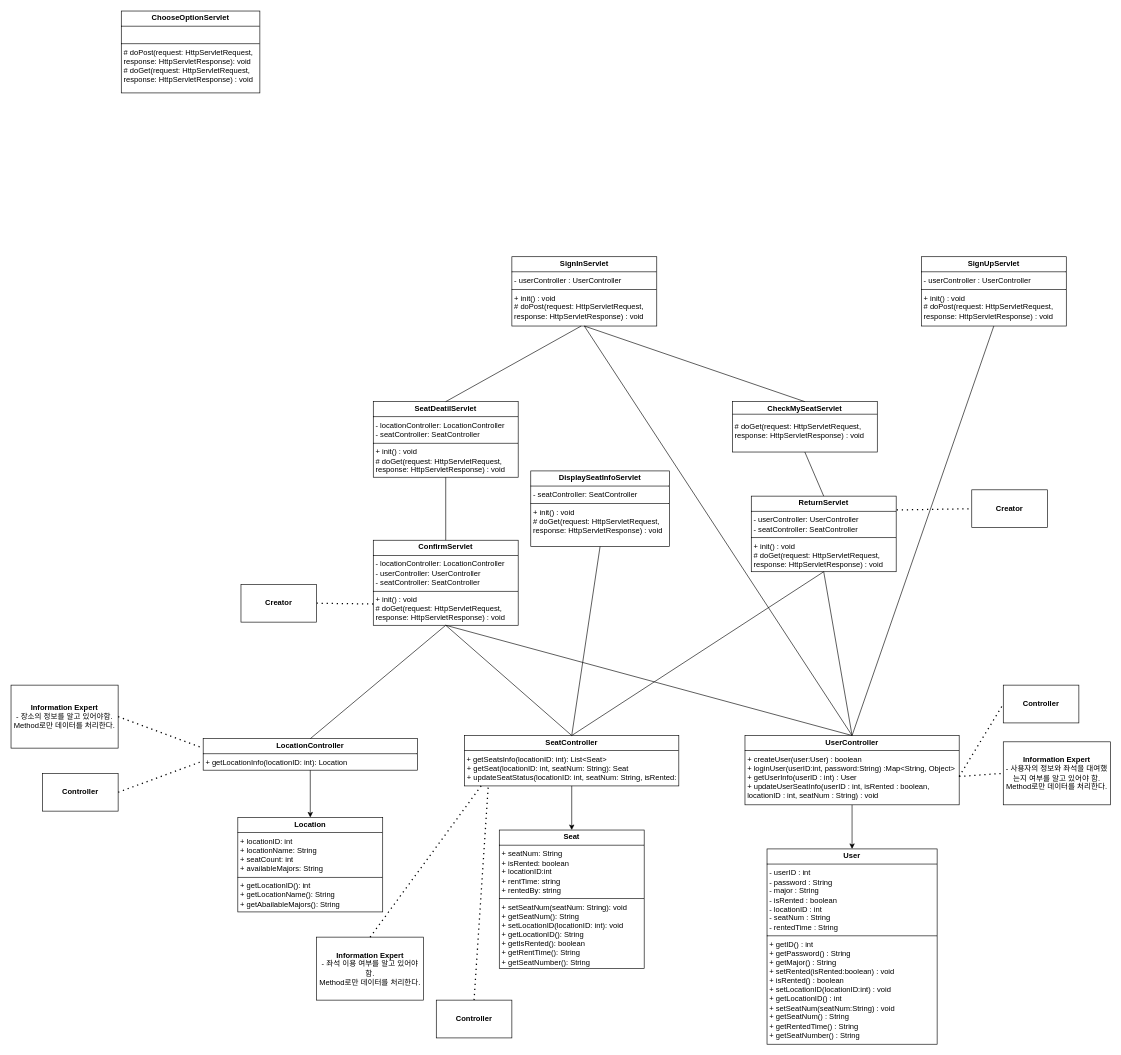
Above: classDiagramPlaceK.drawio in cherror/placeK (draw.io), before the change. Source tidied: cells renumbered, new cells numbered last; positions are measured from the earlier drawing's top-left corner, leaving out a move shared by most shapes. Both pictures are drawn from the tidied source at 63%, with x=0, y=0 at pixel (11, 11).
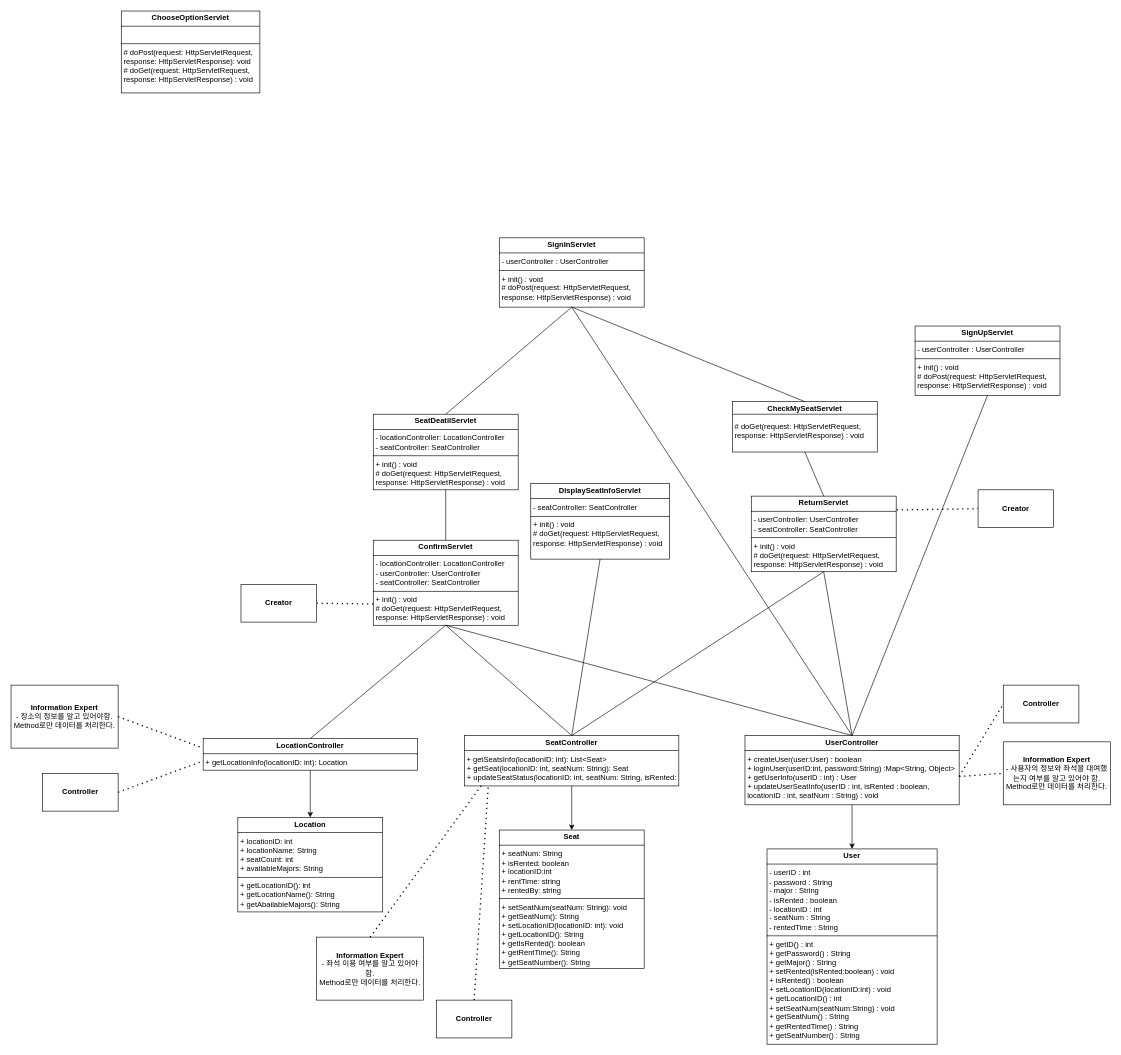
After the change.

Unchanged cells that the change refers to:
```xml
<mxCell id="18" value="&lt;p style=&quot;margin:0px;margin-top:4px;text-align:center;&quot;&gt;&lt;b&gt;CheckMySeatServlet&lt;/b&gt;&lt;br&gt;&lt;/p&gt;&lt;div&gt;&lt;b&gt;&lt;br&gt;&lt;/b&gt;&lt;/div&gt;&lt;p style=&quot;margin:0px;margin-left:4px;&quot;&gt;&lt;span style=&quot;text-wrap: nowrap;&quot;&gt;# doGet(request: HttpServletRequest,&lt;/span&gt;&lt;br style=&quot;text-wrap: nowrap; padding: 0px; margin: 0px;&quot;&gt;&lt;span style=&quot;text-wrap: nowrap;&quot;&gt;response: HttpServletResponse) : void&lt;/span&gt;&lt;br&gt;&lt;/p&gt;" style="verticalAlign=top;align=left;overflow=fill;html=1;whiteSpace=wrap;" parent="1" vertex="1">
  <mxGeometry x="1145" y="620" width="230" height="80" as="geometry" />
</mxCell>
```

The edit, as a diff of the source:
```diff
@@
     <mxCell id="5" value="&lt;p style=&quot;margin:0px;margin-top:4px;text-align:center;&quot;&gt;&lt;b&gt;SignInServlet&lt;/b&gt;&lt;/p&gt;&lt;hr size=&quot;1&quot; style=&quot;border-style:solid;&quot;&gt;&lt;p style=&quot;margin:0px;margin-left:4px;&quot;&gt;&lt;span style=&quot;text-wrap: nowrap;&quot;&gt;- userController : UserController&lt;/span&gt;&lt;br&gt;&lt;/p&gt;&lt;hr size=&quot;1&quot; style=&quot;border-style:solid;&quot;&gt;&lt;p style=&quot;margin:0px;margin-left:4px;&quot;&gt;+ init() : void&lt;br&gt;&lt;span style=&quot;text-wrap: nowrap;&quot;&gt;# doPost(request: HttpServletRequest,&lt;/span&gt;&lt;br style=&quot;padding: 0px; margin: 0px; text-wrap: nowrap;&quot;&gt;&lt;span style=&quot;text-wrap: nowrap;&quot;&gt;response: HttpServletResponse) : void&lt;/span&gt;&lt;br&gt;&lt;/p&gt;&lt;div style=&quot;padding: 0px; margin: 0px;&quot;&gt;&lt;br style=&quot;padding: 0px; margin: 0px; text-wrap: nowrap;&quot;&gt;&lt;/div&gt;" style="verticalAlign=top;align=left;overflow=fill;html=1;whiteSpace=wrap;" parent="1" vertex="1">
-      <mxGeometry x="795" y="390" width="230" height="110" as="geometry" />
+      <mxGeometry x="775" y="360" width="230" height="110" as="geometry" />
     </mxCell>
     <mxCell id="6" value="&lt;p style=&quot;margin:0px;margin-top:4px;text-align:center;&quot;&gt;&lt;b&gt;SignUpServlet&lt;/b&gt;&lt;/p&gt;&lt;hr size=&quot;1&quot; style=&quot;border-style:solid;&quot;&gt;&lt;p style=&quot;margin:0px;margin-left:4px;&quot;&gt;&lt;span style=&quot;text-wrap: nowrap;&quot;&gt;- userController : UserController&lt;/span&gt;&lt;br&gt;&lt;/p&gt;&lt;hr size=&quot;1&quot; style=&quot;border-style:solid;&quot;&gt;&lt;p style=&quot;margin:0px;margin-left:4px;&quot;&gt;+ init() : void&lt;br&gt;&lt;span style=&quot;text-wrap: nowrap;&quot;&gt;# doPost(request: HttpServletRequest,&lt;/span&gt;&lt;br style=&quot;padding: 0px; margin: 0px; text-wrap: nowrap;&quot;&gt;&lt;span style=&quot;text-wrap: nowrap;&quot;&gt;response: HttpServletResponse) : void&lt;/span&gt;&lt;br&gt;&lt;/p&gt;&lt;div style=&quot;padding: 0px; margin: 0px;&quot;&gt;&lt;br style=&quot;padding: 0px; margin: 0px; text-wrap: nowrap;&quot;&gt;&lt;/div&gt;" style="verticalAlign=top;align=left;overflow=fill;html=1;whiteSpace=wrap;" parent="1" vertex="1">
-      <mxGeometry x="1445" y="390" width="230" height="110" as="geometry" />
+      <mxGeometry x="1435" y="500" width="230" height="110" as="geometry" />
     </mxCell>
@@
     <mxCell id="13" value="&lt;p style=&quot;margin:0px;margin-top:4px;text-align:center;&quot;&gt;&lt;b&gt;DisplaySeatInfoServlet&lt;/b&gt;&lt;/p&gt;&lt;hr size=&quot;1&quot; style=&quot;border-style:solid;&quot;&gt;&lt;p style=&quot;margin:0px;margin-left:4px;&quot;&gt;&lt;span style=&quot;text-wrap: nowrap; background-color: initial;&quot;&gt;- seatController: SeatController&lt;/span&gt;&lt;br&gt;&lt;/p&gt;&lt;hr size=&quot;1&quot; style=&quot;border-style:solid;&quot;&gt;&lt;p style=&quot;margin:0px;margin-left:4px;&quot;&gt;+ init() : void&lt;br&gt;&lt;span style=&quot;text-wrap: nowrap;&quot;&gt;# doGet(request: HttpServletRequest,&lt;/span&gt;&lt;br style=&quot;padding: 0px; margin: 0px; text-wrap: nowrap;&quot;&gt;&lt;span style=&quot;text-wrap: nowrap;&quot;&gt;response: HttpServletResponse) : void&lt;/span&gt;&lt;br&gt;&lt;/p&gt;&lt;div style=&quot;padding: 0px; margin: 0px;&quot;&gt;&lt;br style=&quot;padding: 0px; margin: 0px; text-wrap: nowrap;&quot;&gt;&lt;/div&gt;" style="verticalAlign=top;align=left;overflow=fill;html=1;whiteSpace=wrap;" parent="1" vertex="1">
-      <mxGeometry x="825" y="730" width="220" height="120" as="geometry" />
+      <mxGeometry x="825" y="750" width="220" height="120" as="geometry" />
     </mxCell>
@@
     <mxCell id="16" value="&lt;p style=&quot;margin:0px;margin-top:4px;text-align:center;&quot;&gt;&lt;b&gt;SeatDeatilServlet&lt;/b&gt;&lt;/p&gt;&lt;hr size=&quot;1&quot; style=&quot;border-style:solid;&quot;&gt;&lt;p style=&quot;margin:0px;margin-left:4px;&quot;&gt;&lt;span style=&quot;text-wrap: nowrap;&quot;&gt;- locationController: LocationController&lt;/span&gt;&lt;br&gt;&lt;/p&gt;&lt;p style=&quot;margin:0px;margin-left:4px;&quot;&gt;&lt;span style=&quot;text-wrap: nowrap;&quot;&gt;- seatController: SeatController&lt;/span&gt;&lt;/p&gt;&lt;hr size=&quot;1&quot; style=&quot;border-style:solid;&quot;&gt;&lt;p style=&quot;margin:0px;margin-left:4px;&quot;&gt;+ init() : void&lt;br&gt;&lt;span style=&quot;text-wrap: nowrap;&quot;&gt;# doGet(request: HttpServletRequest,&lt;/span&gt;&lt;br style=&quot;padding: 0px; margin: 0px; text-wrap: nowrap;&quot;&gt;&lt;span style=&quot;text-wrap: nowrap;&quot;&gt;response: HttpServletResponse) : void&lt;/span&gt;&lt;br&gt;&lt;/p&gt;&lt;div style=&quot;padding: 0px; margin: 0px;&quot;&gt;&lt;br style=&quot;padding: 0px; margin: 0px; text-wrap: nowrap;&quot;&gt;&lt;/div&gt;" style="verticalAlign=top;align=left;overflow=fill;html=1;whiteSpace=wrap;" parent="1" vertex="1">
-      <mxGeometry x="575" y="620" width="230" height="120" as="geometry" />
+      <mxGeometry x="575" y="640" width="230" height="120" as="geometry" />
     </mxCell>
@@
-    <mxCell id="20" style="endArrow=none;html=1;rounded=0;exitX=0.5;exitY=0;exitDx=0;exitDy=0;" parent="1" edge="1" source="16">
-      <mxGeometry relative="1" as="geometry">
-        <mxPoint x="905" y="500" as="targetPoint" />
-      </mxGeometry>
+    <mxCell id="20" style="endArrow=none;html=1;rounded=0;exitX=0.5;exitY=0;exitDx=0;exitDy=0;entryX=0.5;entryY=1;entryDx=0;entryDy=0;" parent="1" edge="1" source="16" target="5">
+      <mxGeometry relative="1" as="geometry" />
     </mxCell>
-    <mxCell id="21" style="endArrow=none;html=1;rounded=0;exitX=0.5;exitY=0;exitDx=0;exitDy=0;" parent="1" edge="1" source="18">
-      <mxGeometry relative="1" as="geometry">
-        <mxPoint x="910" y="500" as="targetPoint" />
-      </mxGeometry>
+    <mxCell id="21" style="endArrow=none;html=1;rounded=0;exitX=0.5;exitY=0;exitDx=0;exitDy=0;entryX=0.5;entryY=1;entryDx=0;entryDy=0;" parent="1" edge="1" source="18" target="5">
+      <mxGeometry relative="1" as="geometry" />
     </mxCell>
@@
     <mxCell id="35" value="&lt;b&gt;Creator&lt;/b&gt;" style="rounded=0;whiteSpace=wrap;html=1;" parent="1" vertex="1">
-      <mxGeometry x="1525" y="760" width="120" height="60" as="geometry" />
+      <mxGeometry x="1535" y="760" width="120" height="60" as="geometry" />
     </mxCell>
```
